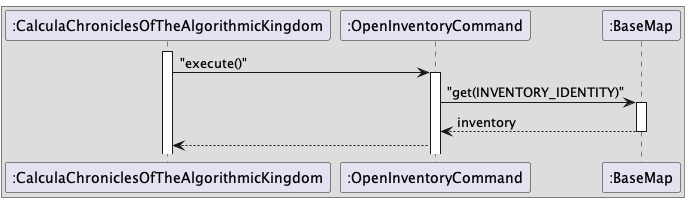
Above: picture/OpenInventory.png in aaravrawal52/tp (PlantUML), before the change. Source of this version:
```plantuml
@startuml
box
participant ":CalculaChroniclesOfTheAlgorithmicKingdom" as main
participant ":OpenInventoryCommand" as open
participant ":BaseMap" as map

activate main
main -> open : "execute()"
activate open
open -> map : "get(INVENTORY_IDENTITY)"
activate map
map --> open : inventory
deactivate map
open --> main
end box
@enduml
```
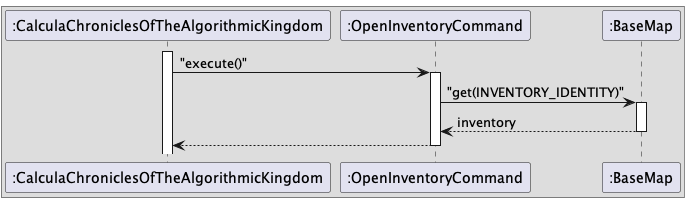
Above is the later version.

Diff of the diagram source:
```diff
@@ -12,5 +12,6 @@
 map --> open : inventory
 deactivate map
 open --> main
+deactivate open
 end box
 @enduml
```
